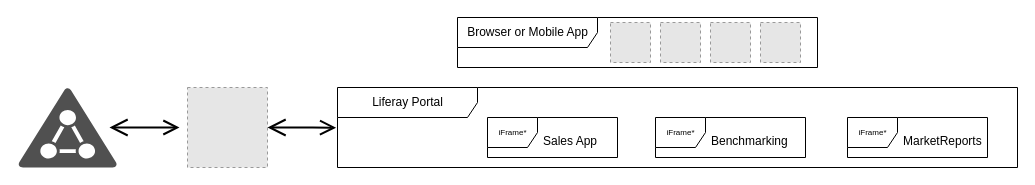
The draw.io diagram docs/Untitled Diagram.drawio in JuanyongZhang/leetcode, before the edit. Source tidied: cells renumbered, new cells numbered last; positions are measured from the earlier drawing's top-left corner, leaving out a move shared by most shapes. Both pictures are drawn from the tidied source at 100%, with x=0, y=0 at pixel (17, 17). Pictures stored in the file or linked from it are replaced by grey dashed boxes.
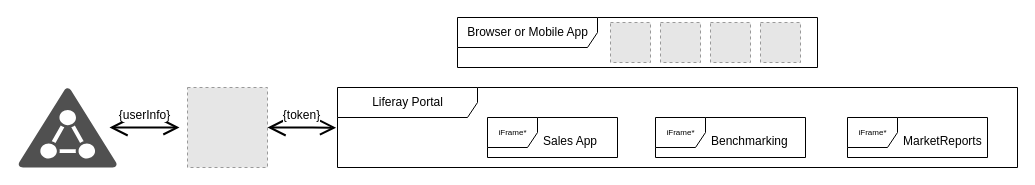
Above is the later version.

The change refers to these unchanged cells:
```xml
<mxCell id="7" value="Liferay Portal" style="shape=umlFrame;tabWidth=110;tabHeight=30;tabPosition=left;html=1;boundedLbl=1;labelInHeader=1;width=140;height=30;" parent="1" vertex="1">
  <mxGeometry x="320" y="70" width="680" height="80" as="geometry" />
</mxCell>
<mxCell id="14" style="fillColor=#E6E6E6;strokeColor=#999999;dashed=1;html=1;verticalAlign=top;verticalLabelPosition=bottom;labelBackgroundColor=#ffffff;fontSize=8;align=left;" parent="1" vertex="1">
  <mxGeometry x="170" y="70" width="80" height="80" as="geometry" />
</mxCell>
```

Change to the diagram source:
```diff
@@
-    <mxCell id="16" style="endArrow=open;html=1;endSize=12;startArrow=open;startSize=14;startFill=0;edgeStyle=orthogonalEdgeStyle;align=center;verticalAlign=bottom;endFill=0;strokeWidth=2;fillColor=#ffffff;fontSize=16;" parent="1" edge="1">
+    <mxCell id="16" value="&lt;font style=&quot;font-size: 12px;&quot;&gt;{userInfo}&lt;/font&gt;" style="endArrow=open;html=1;endSize=12;startArrow=open;startSize=14;startFill=0;edgeStyle=orthogonalEdgeStyle;align=center;verticalAlign=bottom;endFill=0;strokeWidth=2;fillColor=#ffffff;fontSize=12;" parent="1" edge="1">
       <mxGeometry y="3" relative="1" as="geometry">
         <mxPoint x="92" y="110" as="sourcePoint" />
         <mxPoint x="162" y="110" as="targetPoint" />
       </mxGeometry>
     </mxCell>
-    <mxCell id="17" style="endArrow=open;html=1;endSize=12;startArrow=open;startSize=14;startFill=0;edgeStyle=orthogonalEdgeStyle;align=center;verticalAlign=bottom;endFill=0;strokeWidth=2;fillColor=#ffffff;fontSize=16;exitX=1;exitY=0.5;exitDx=0;exitDy=0;entryX=-0.002;entryY=0.503;entryDx=0;entryDy=0;entryPerimeter=0;" parent="1" edge="1" source="14" target="7">
+    <mxCell id="17" value="{token}" style="endArrow=open;html=1;endSize=12;startArrow=open;startSize=14;startFill=0;edgeStyle=orthogonalEdgeStyle;align=center;verticalAlign=bottom;endFill=0;strokeWidth=2;fillColor=#ffffff;fontSize=12;exitX=1;exitY=0.5;exitDx=0;exitDy=0;entryX=-0.002;entryY=0.503;entryDx=0;entryDy=0;entryPerimeter=0;" parent="1" edge="1" source="14" target="7">
       <mxGeometry y="3" relative="1" as="geometry" />
     </mxCell>
```
